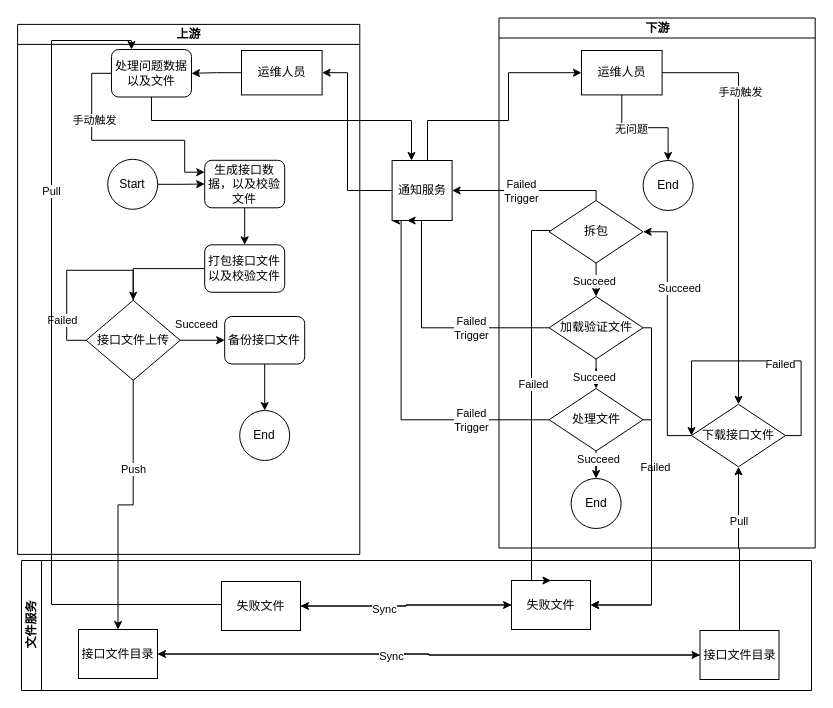
This is 未命名绘图.drawio from lsj188/myPlugin, a draw.io file, before an edit. Source tidied: cells renumbered, new cells numbered last; positions are measured from the earlier drawing's top-left corner, leaving out a move shared by most shapes. Both pictures are drawn from the tidied source at 100%, with x=0, y=0 at pixel (-77, 40).
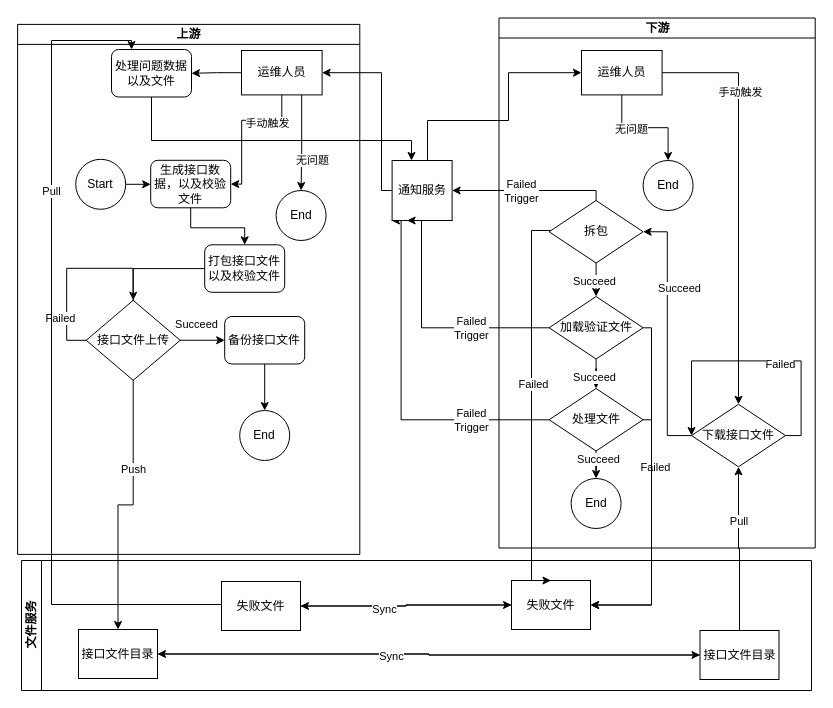
After the change.

Commit message (it also covers changes not shown here):
更新未命名绘图.drawio

Unchanged cells that the change refers to:
```xml
<mxCell id="2" value="上游" style="swimlane;html=1;startSize=20;horizontal=0;rotation=90;" parent="1" vertex="1">
  <mxGeometry x="0.2" y="77.8" width="530" height="342.2" as="geometry" />
</mxCell>
<mxCell id="13" value="接口文件上传" style="rhombus;whiteSpace=wrap;html=1;" parent="2" vertex="1">
  <mxGeometry x="162.5" y="182" width="94" height="80" as="geometry" />
</mxCell>
<mxCell id="17" value="运维人员" style="rounded=0;whiteSpace=wrap;html=1;" parent="2" vertex="1">
  <mxGeometry x="317.8" y="-67.8" width="80.6" height="44.4" as="geometry" />
</mxCell>
<mxCell id="20" value="处理问题数据以及文件" style="rounded=1;whiteSpace=wrap;html=1;" parent="2" vertex="1">
  <mxGeometry x="187.8" y="-68.8" width="80" height="47.5" as="geometry" />
</mxCell>
<mxCell id="65" value="通知服务" style="whiteSpace=wrap;html=1;" parent="1" vertex="1">
  <mxGeometry x="468.6" y="120" width="60" height="60" as="geometry" />
</mxCell>
```

Diff of the diagram source:
```diff
@@
     <mxCell id="4" value="Start" style="ellipse;whiteSpace=wrap;html=1;" parent="2" vertex="1">
-      <mxGeometry x="184" y="41" width="50" height="50" as="geometry" />
+      <mxGeometry x="152" y="41" width="50" height="50" as="geometry" />
     </mxCell>
@@
     <mxCell id="6" value="生成接口数据，以及校验文件" style="rounded=1;whiteSpace=wrap;html=1;" parent="2" vertex="1">
-      <mxGeometry x="281" y="42" width="80" height="47.5" as="geometry" />
+      <mxGeometry x="227" y="42" width="80" height="47.5" as="geometry" />
     </mxCell>
@@
-    <mxCell id="11" style="edgeStyle=orthogonalEdgeStyle;rounded=0;orthogonalLoop=1;jettySize=auto;html=1;entryX=0.5;entryY=0;entryDx=0;entryDy=0;" parent="2" edge="1" source="13" target="13">
+    <mxCell id="11" style="edgeStyle=orthogonalEdgeStyle;rounded=0;orthogonalLoop=1;jettySize=auto;html=1;entryX=0.5;entryY=0;entryDx=0;entryDy=0;" parent="2" edge="1">
       <mxGeometry relative="1" as="geometry">
+        <mxPoint x="209.4" y="180" as="sourcePoint" />
+        <mxPoint x="209.5" y="180" as="targetPoint" />
         <Array as="points">
-          <mxPoint x="209" y="152" />
-          <mxPoint x="143" y="152" />
+          <mxPoint x="209" y="150" />
+          <mxPoint x="143" y="150" />
           <mxPoint x="143" y="222" />
           <mxPoint x="209" y="222" />
         </Array>
       </mxGeometry>
     </mxCell>
@@
+    <mxCell id="76" style="edgeStyle=orthogonalEdgeStyle;rounded=0;jettySize=auto;html=1;" parent="2" edge="1" source="17" target="78">
+      <mxGeometry relative="1" as="geometry">
+        <Array as="points">
+          <mxPoint x="378" y="32" />
+          <mxPoint x="378" y="32" />
+        </Array>
+      </mxGeometry>
+    </mxCell>
+    <mxCell id="77" value="无问题" style="edgeLabel;html=1;align=center;verticalAlign=middle;" parent="76" vertex="1">
+      <mxGeometry x="0.24" relative="1" as="geometry">
+        <mxPoint x="10" y="6" as="offset" />
+      </mxGeometry>
+    </mxCell>
@@
-    <mxCell id="18" style="edgeStyle=orthogonalEdgeStyle;rounded=0;jettySize=auto;html=1;entryX=0;entryY=0.25;entryDx=0;entryDy=0;" parent="2" edge="1" source="20" target="6">
+    <mxCell id="18" style="edgeStyle=orthogonalEdgeStyle;rounded=0;jettySize=auto;html=1;exitX=0.5;exitY=1;exitDx=0;exitDy=0;" parent="2" edge="1" source="17" target="6">
       <mxGeometry relative="1" as="geometry">
         <Array as="points">
-          <mxPoint x="168" y="-45" />
-          <mxPoint x="168" y="22" />
-          <mxPoint x="261" y="22" />
-          <mxPoint x="261" y="54" />
+          <mxPoint x="358" y="2" />
+          <mxPoint x="318" y="2" />
         </Array>
       </mxGeometry>
     </mxCell>
@@
+    <mxCell id="78" value="End" style="ellipse;whiteSpace=wrap;html=1;direction=south;" parent="2" vertex="1">
+      <mxGeometry x="352.4" y="72.2" width="50" height="50" as="geometry" />
+    </mxCell>
@@
     <mxCell id="64" style="edgeStyle=orthogonalEdgeStyle;rounded=0;jettySize=auto;html=1;entryX=1;entryY=0.5;entryDx=0;entryDy=0;" parent="1" edge="1" source="65" target="17">
       <mxGeometry relative="1" as="geometry">
         <Array as="points">
-          <mxPoint x="424" y="150" />
-          <mxPoint x="424" y="32" />
+          <mxPoint x="458" y="150" />
+          <mxPoint x="458" y="32" />
         </Array>
       </mxGeometry>
     </mxCell>
@@
     <mxCell id="75" style="edgeStyle=orthogonalEdgeStyle;rounded=0;jettySize=auto;html=1;" parent="1" edge="1" source="20" target="65">
       <mxGeometry relative="1" as="geometry">
         <Array as="points">
-          <mxPoint x="228" y="80" />
-          <mxPoint x="488" y="80" />
+          <mxPoint x="228" y="100" />
+          <mxPoint x="488" y="100" />
         </Array>
       </mxGeometry>
     </mxCell>
```
